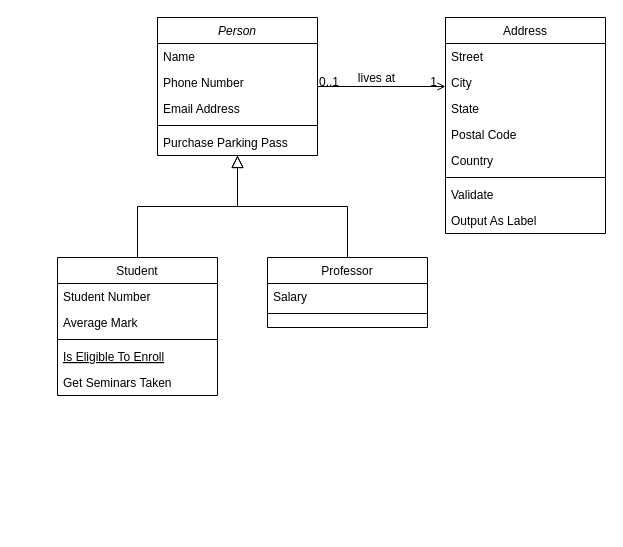
This is free_stuff.drawio from rrios07/free_stuff, a draw.io file, before an edit. Source tidied: cells renumbered, new cells numbered last; positions are measured from the earlier drawing's top-left corner, leaving out a move shared by most shapes. Both pictures are drawn from the tidied source at 100%, with x=0, y=0 at pixel (57, 17).
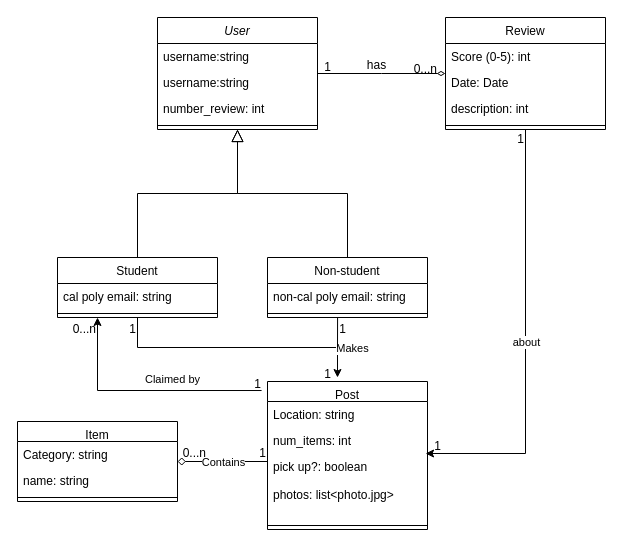
The same page after the edit.

The change refers to these unchanged cells:
```xml
<mxCell id="17" style="line;html=1;strokeWidth=1;align=left;verticalAlign=middle;spacingTop=-1;spacingLeft=3;spacingRight=3;labelPosition=right;points=[];portConstraint=eastwest;" parent="15" vertex="1">
  <mxGeometry y="52" width="160" height="8" as="geometry" />
</mxCell>
```

What changed in the source:
```diff
@@
-    <mxCell id="2" value="Person" style="swimlane;fontStyle=2;align=center;verticalAlign=top;horizontal=1;startSize=26;rounded=0;shadow=0;strokeWidth=1;" parent="1" vertex="1">
-      <mxGeometry x="100" width="160" height="138" as="geometry" />
+    <mxCell id="2" value="User" style="swimlane;fontStyle=2;align=center;verticalAlign=top;horizontal=1;startSize=26;rounded=0;shadow=0;strokeWidth=1;" parent="1" vertex="1">
+      <mxGeometry x="100" width="160" height="112" as="geometry" />
     </mxCell>
-    <mxCell id="3" value="Name" style="text;align=left;verticalAlign=top;spacingLeft=4;spacingRight=4;overflow=hidden;" parent="2" vertex="1">
+    <mxCell id="3" value="username:string" style="text;align=left;verticalAlign=top;spacingLeft=4;spacingRight=4;overflow=hidden;" parent="2" vertex="1">
       <mxGeometry y="26" width="160" height="26" as="geometry" />
     </mxCell>
-    <mxCell id="4" value="Phone Number" style="text;align=left;verticalAlign=top;spacingLeft=4;spacingRight=4;overflow=hidden;rounded=0;shadow=0;html=0;" parent="2" vertex="1">
-      <mxGeometry y="52" width="160" height="26" as="geometry" />
-    </mxCell>
+    <mxCell id="32" value="username:string" style="text;align=left;verticalAlign=top;spacingLeft=4;spacingRight=4;overflow=hidden;" parent="2" vertex="1">
+      <mxGeometry y="52" width="160" height="26" as="geometry" />
+    </mxCell>
-    <mxCell id="5" value="Email Address" style="text;align=left;verticalAlign=top;spacingLeft=4;spacingRight=4;overflow=hidden;rounded=0;shadow=0;html=0;" parent="2" vertex="1">
+    <mxCell id="5" value="number_review: int" style="text;align=left;verticalAlign=top;spacingLeft=4;spacingRight=4;overflow=hidden;rounded=0;shadow=0;html=0;" parent="2" vertex="1">
       <mxGeometry y="78" width="160" height="26" as="geometry" />
     </mxCell>
@@
-    <mxCell id="7" value="Purchase Parking Pass" style="text;align=left;verticalAlign=top;spacingLeft=4;spacingRight=4;overflow=hidden;" parent="2" vertex="1">
-      <mxGeometry y="112" width="160" height="26" as="geometry" />
-    </mxCell>
     <mxCell id="8" value="Student" style="swimlane;fontStyle=0;align=center;verticalAlign=top;horizontal=1;startSize=26;rounded=0;shadow=0;strokeWidth=1;" parent="1" vertex="1">
-      <mxGeometry y="240" width="160" height="138" as="geometry" />
+      <mxGeometry y="240" width="160" height="60" as="geometry" />
     </mxCell>
-    <mxCell id="9" value="Student Number" style="text;align=left;verticalAlign=top;spacingLeft=4;spacingRight=4;overflow=hidden;" parent="8" vertex="1">
+    <mxCell id="9" value="cal poly email: string" style="text;align=left;verticalAlign=top;spacingLeft=4;spacingRight=4;overflow=hidden;" parent="8" vertex="1">
       <mxGeometry y="26" width="160" height="26" as="geometry" />
     </mxCell>
-    <mxCell id="10" value="Average Mark" style="text;align=left;verticalAlign=top;spacingLeft=4;spacingRight=4;overflow=hidden;rounded=0;shadow=0;html=0;" parent="8" vertex="1">
-      <mxGeometry y="52" width="160" height="26" as="geometry" />
-    </mxCell>
     <mxCell id="11" style="line;html=1;strokeWidth=1;align=left;verticalAlign=middle;spacingTop=-1;spacingLeft=3;spacingRight=3;labelPosition=right;" parent="8" vertex="1">
-      <mxGeometry y="78" width="160" height="8" as="geometry" />
+      <mxGeometry y="52" width="160" height="8" as="geometry" />
     </mxCell>
-    <mxCell id="12" value="Is Eligible To Enroll" style="text;align=left;verticalAlign=top;spacingLeft=4;spacingRight=4;overflow=hidden;fontStyle=4;" parent="8" vertex="1">
-      <mxGeometry y="86" width="160" height="26" as="geometry" />
-    </mxCell>
-    <mxCell id="13" value="Get Seminars Taken" style="text;align=left;verticalAlign=top;spacingLeft=4;spacingRight=4;overflow=hidden;" parent="8" vertex="1">
-      <mxGeometry y="112" width="160" height="26" as="geometry" />
-    </mxCell>
@@
-    <mxCell id="15" value="Professor" style="swimlane;fontStyle=0;align=center;verticalAlign=top;horizontal=1;startSize=26;rounded=0;shadow=0;strokeWidth=1;" parent="1" vertex="1">
-      <mxGeometry x="210" y="240" width="160" height="70" as="geometry" />
+    <mxCell id="15" value="Non-student" style="swimlane;fontStyle=0;align=center;verticalAlign=top;horizontal=1;startSize=26;rounded=0;shadow=0;strokeWidth=1;" parent="1" vertex="1">
+      <mxGeometry x="210" y="240" width="160" height="60" as="geometry" />
     </mxCell>
-    <mxCell id="16" value="Salary" style="text;align=left;verticalAlign=top;spacingLeft=4;spacingRight=4;overflow=hidden;" parent="15" vertex="1">
+    <mxCell id="16" value="non-cal poly email: string" style="text;align=left;verticalAlign=top;spacingLeft=4;spacingRight=4;overflow=hidden;" parent="15" vertex="1">
       <mxGeometry y="26" width="160" height="26" as="geometry" />
     </mxCell>
@@
-    <mxCell id="19" value="Address" style="swimlane;fontStyle=0;align=center;verticalAlign=top;horizontal=1;startSize=26;rounded=0;shadow=0;strokeWidth=1;" parent="1" vertex="1">
-      <mxGeometry x="388" width="160" height="216" as="geometry" />
+    <mxCell id="19" value="Review" style="swimlane;fontStyle=0;align=center;verticalAlign=top;horizontal=1;startSize=26;rounded=0;shadow=0;strokeWidth=1;" parent="1" vertex="1">
+      <mxGeometry x="388" width="160" height="112" as="geometry" />
     </mxCell>
-    <mxCell id="20" value="Street" style="text;align=left;verticalAlign=top;spacingLeft=4;spacingRight=4;overflow=hidden;" parent="19" vertex="1">
+    <mxCell id="20" value="Score (0-5): int" style="text;align=left;verticalAlign=top;spacingLeft=4;spacingRight=4;overflow=hidden;" parent="19" vertex="1">
       <mxGeometry y="26" width="160" height="26" as="geometry" />
     </mxCell>
+    <mxCell id="23" value="Date: Date" style="text;align=left;verticalAlign=top;spacingLeft=4;spacingRight=4;overflow=hidden;rounded=0;shadow=0;html=0;" parent="19" vertex="1">
+      <mxGeometry y="52" width="160" height="26" as="geometry" />
+    </mxCell>
-    <mxCell id="21" value="City" style="text;align=left;verticalAlign=top;spacingLeft=4;spacingRight=4;overflow=hidden;rounded=0;shadow=0;html=0;" parent="19" vertex="1">
-      <mxGeometry y="52" width="160" height="26" as="geometry" />
+    <mxCell id="21" value="description: int" style="text;align=left;verticalAlign=top;spacingLeft=4;spacingRight=4;overflow=hidden;rounded=0;shadow=0;html=0;" parent="19" vertex="1">
+      <mxGeometry y="78" width="160" height="26" as="geometry" />
     </mxCell>
-    <mxCell id="22" value="State" style="text;align=left;verticalAlign=top;spacingLeft=4;spacingRight=4;overflow=hidden;rounded=0;shadow=0;html=0;" parent="19" vertex="1">
-      <mxGeometry y="78" width="160" height="26" as="geometry" />
-    </mxCell>
-    <mxCell id="23" value="Postal Code" style="text;align=left;verticalAlign=top;spacingLeft=4;spacingRight=4;overflow=hidden;rounded=0;shadow=0;html=0;" parent="19" vertex="1">
-      <mxGeometry y="104" width="160" height="26" as="geometry" />
-    </mxCell>
-    <mxCell id="24" value="Country" style="text;align=left;verticalAlign=top;spacingLeft=4;spacingRight=4;overflow=hidden;rounded=0;shadow=0;html=0;" parent="19" vertex="1">
-      <mxGeometry y="130" width="160" height="26" as="geometry" />
-    </mxCell>
     <mxCell id="25" style="line;html=1;strokeWidth=1;align=left;verticalAlign=middle;spacingTop=-1;spacingLeft=3;spacingRight=3;labelPosition=right;" parent="19" vertex="1">
-      <mxGeometry y="156" width="160" height="8" as="geometry" />
+      <mxGeometry y="104" width="160" height="8" as="geometry" />
     </mxCell>
-    <mxCell id="26" value="Validate" style="text;align=left;verticalAlign=top;spacingLeft=4;spacingRight=4;overflow=hidden;" parent="19" vertex="1">
-      <mxGeometry y="164" width="160" height="26" as="geometry" />
-    </mxCell>
-    <mxCell id="27" value="Output As Label" style="text;align=left;verticalAlign=top;spacingLeft=4;spacingRight=4;overflow=hidden;" parent="19" vertex="1">
-      <mxGeometry y="190" width="160" height="26" as="geometry" />
-    </mxCell>
-    <mxCell id="28" style="endArrow=open;shadow=0;strokeWidth=1;rounded=0;endFill=1;edgeStyle=elbowEdgeStyle;elbow=vertical;" parent="1" edge="1" source="2" target="19">
+    <mxCell id="28" style="endArrow=diamondThin;shadow=0;strokeWidth=1;rounded=0;endFill=0;edgeStyle=elbowEdgeStyle;elbow=vertical;" parent="1" edge="1" source="2" target="19">
       <mxGeometry x="0.5" y="41" relative="1" as="geometry">
         <mxPoint x="-40" y="32" as="offset" />
       </mxGeometry>
     </mxCell>
-    <mxCell id="29" value="0..1" style="align=left;verticalAlign=bottom;labelBackgroundColor=none;fontSize=12;" parent="28" vertex="1">
+    <mxCell id="29" style="align=left;verticalAlign=bottom;labelBackgroundColor=none;fontSize=12;" parent="28" vertex="1">
       <mxGeometry x="-1" relative="1" as="geometry">
         <mxPoint y="4" as="offset" />
       </mxGeometry>
     </mxCell>
-    <mxCell id="30" value="1" style="align=right;verticalAlign=bottom;labelBackgroundColor=none;fontSize=12;" parent="28" vertex="1">
+    <mxCell id="30" value="0...n" style="align=right;verticalAlign=bottom;labelBackgroundColor=none;fontSize=12;" parent="28" vertex="1">
       <mxGeometry x="1" relative="1" as="geometry">
         <mxPoint x="-7" y="4" as="offset" />
       </mxGeometry>
     </mxCell>
-    <mxCell id="31" value="lives at" style="text;html=1;align=center;verticalAlign=middle;labelBackgroundColor=none;rounded=0;shadow=0;strokeWidth=1;fontSize=12;" parent="28" vertex="1">
+    <mxCell id="31" value="has" style="text;html=1;align=center;verticalAlign=middle;labelBackgroundColor=none;rounded=0;shadow=0;strokeWidth=1;fontSize=12;" parent="28" vertex="1">
       <mxGeometry x="0.5" y="49" relative="1" as="geometry">
         <mxPoint x="-38" y="40" as="offset" />
       </mxGeometry>
     </mxCell>
+    <mxCell id="33" value="Post" style="swimlane;fontStyle=0;align=center;verticalAlign=top;horizontal=1;startSize=20;rounded=0;shadow=0;strokeWidth=1;" parent="1" vertex="1">
+      <mxGeometry x="210" y="364" width="160" height="148" as="geometry" />
+    </mxCell>
+    <mxCell id="34" value="Location: string" style="text;align=left;verticalAlign=top;spacingLeft=4;spacingRight=4;overflow=hidden;" parent="33" vertex="1">
+      <mxGeometry y="20" width="160" height="26" as="geometry" />
+    </mxCell>
+    <mxCell id="35" value="num_items: int" style="text;align=left;verticalAlign=top;spacingLeft=4;spacingRight=4;overflow=hidden;points=[[0,0.5],[1,0.5]];portConstraint=eastwest;rounded=0;shadow=0;html=0;" parent="33" vertex="1">
+      <mxGeometry y="46" width="160" height="26" as="geometry" />
+    </mxCell>
+    <mxCell id="36" value="pick up?: boolean&#10;&#10;photos: list&lt;photo.jpg&gt;" style="text;align=left;verticalAlign=top;spacingLeft=4;spacingRight=4;overflow=hidden;rounded=0;shadow=0;html=0;" parent="33" vertex="1">
+      <mxGeometry y="72" width="160" height="68" as="geometry" />
+    </mxCell>
+    <mxCell id="37" style="line;html=1;strokeWidth=1;align=left;verticalAlign=middle;spacingTop=-1;spacingLeft=3;spacingRight=3;labelPosition=right;" parent="33" vertex="1">
+      <mxGeometry y="140" width="160" height="8" as="geometry" />
+    </mxCell>
+    <mxCell id="38" style="endArrow=diamond;html=1;rounded=0;endFill=0;" parent="1" edge="1">
+      <mxGeometry relative="1" as="geometry">
+        <mxPoint x="210" y="444" as="sourcePoint" />
+        <mxPoint x="120" y="444" as="targetPoint" />
+      </mxGeometry>
+    </mxCell>
+    <mxCell id="39" value="Contains" style="edgeLabel;html=1;align=center;verticalAlign=middle;" parent="38" vertex="1">
+      <mxGeometry relative="1" as="geometry" />
+    </mxCell>
+    <mxCell id="40" style="endArrow=classic;html=1;rounded=0;entryX=0.988;entryY=1;entryDx=0;entryDy=0;entryPerimeter=0;" parent="1" edge="1" source="19" target="35">
+      <mxGeometry relative="1" as="geometry">
+        <Array as="points">
+          <mxPoint x="468" y="436" />
+        </Array>
+      </mxGeometry>
+    </mxCell>
+    <mxCell id="41" value="about" style="edgeLabel;html=1;align=center;verticalAlign=middle;" parent="40" vertex="1">
+      <mxGeometry relative="1" as="geometry" />
+    </mxCell>
+    <mxCell id="42" value="Item" style="swimlane;fontStyle=0;align=center;verticalAlign=top;horizontal=1;startSize=20;rounded=0;shadow=0;strokeWidth=1;" parent="1" vertex="1">
+      <mxGeometry x="-40" y="404" width="160" height="80" as="geometry" />
+    </mxCell>
+    <mxCell id="43" value="Category: string" style="text;align=left;verticalAlign=top;spacingLeft=4;spacingRight=4;overflow=hidden;" parent="42" vertex="1">
+      <mxGeometry y="20" width="160" height="26" as="geometry" />
+    </mxCell>
+    <mxCell id="44" value="name: string" style="text;align=left;verticalAlign=top;spacingLeft=4;spacingRight=4;overflow=hidden;rounded=0;shadow=0;html=0;" parent="42" vertex="1">
+      <mxGeometry y="46" width="160" height="26" as="geometry" />
+    </mxCell>
+    <mxCell id="45" style="line;html=1;strokeWidth=1;align=left;verticalAlign=middle;spacingTop=-1;spacingLeft=3;spacingRight=3;labelPosition=right;" parent="42" vertex="1">
+      <mxGeometry y="72" width="160" height="8" as="geometry" />
+    </mxCell>
+    <mxCell id="46" value="0...n" style="align=right;verticalAlign=bottom;labelBackgroundColor=none;fontSize=12;" parent="1" vertex="1">
+      <mxGeometry x="150" y="444" as="geometry" />
+    </mxCell>
+    <mxCell id="47" value="1" style="align=right;verticalAlign=bottom;labelBackgroundColor=none;fontSize=12;" parent="1" vertex="1">
+      <mxGeometry x="210" y="444" as="geometry" />
+    </mxCell>
+    <mxCell id="48" value="1" style="align=right;verticalAlign=bottom;labelBackgroundColor=none;fontSize=12;" parent="1" vertex="1">
+      <mxGeometry x="270" y="56" as="geometry">
+        <mxPoint x="5" y="2" as="offset" />
+      </mxGeometry>
+    </mxCell>
+    <mxCell id="49" style="endArrow=classic;html=1;rounded=0;endFill=1;" parent="1" edge="1" source="8">
+      <mxGeometry relative="1" as="geometry">
+        <mxPoint x="280" y="360" as="targetPoint" />
+        <Array as="points">
+          <mxPoint x="80" y="330" />
+          <mxPoint x="280" y="330" />
+        </Array>
+      </mxGeometry>
+    </mxCell>
+    <mxCell id="50" value="Makes" style="edgeLabel;html=1;align=center;verticalAlign=middle;" parent="49" vertex="1">
+      <mxGeometry relative="1" as="geometry">
+        <mxPoint x="114" as="offset" />
+      </mxGeometry>
+    </mxCell>
+    <mxCell id="51" value="1" style="align=right;verticalAlign=bottom;labelBackgroundColor=none;fontSize=12;" parent="1" vertex="1">
+      <mxGeometry x="80" y="320" as="geometry" />
+    </mxCell>
+    <mxCell id="52" value="1" style="align=right;verticalAlign=bottom;labelBackgroundColor=none;fontSize=12;" parent="1" vertex="1">
+      <mxGeometry x="280" y="364" as="geometry">
+        <mxPoint x="-5" y="1" as="offset" />
+      </mxGeometry>
+    </mxCell>
+    <mxCell id="53" style="endArrow=none;html=1;rounded=0;entryX=0.438;entryY=1;entryDx=0;entryDy=0;entryPerimeter=0;" parent="1" edge="1" target="17">
+      <mxGeometry relative="1" as="geometry">
+        <mxPoint x="280" y="330" as="sourcePoint" />
+      </mxGeometry>
+    </mxCell>
+    <mxCell id="54" value="1" style="align=right;verticalAlign=bottom;labelBackgroundColor=none;fontSize=12;" parent="1" vertex="1">
+      <mxGeometry x="290" y="320" as="geometry" />
+    </mxCell>
+    <mxCell id="55" style="endArrow=classic;html=1;rounded=0;exitX=-0.037;exitY=0.061;exitDx=0;exitDy=0;exitPerimeter=0;" parent="1" edge="1" source="33">
+      <mxGeometry relative="1" as="geometry">
+        <mxPoint x="40" y="300" as="targetPoint" />
+        <Array as="points">
+          <mxPoint x="40" y="373" />
+        </Array>
+      </mxGeometry>
+    </mxCell>
+    <mxCell id="56" value="Claimed by" style="edgeLabel;html=1;align=center;verticalAlign=middle;" parent="1" vertex="1">
+      <mxGeometry x="120" y="360" as="geometry">
+        <mxPoint x="-6" y="1" as="offset" />
+      </mxGeometry>
+    </mxCell>
+    <mxCell id="57" value="1" style="align=right;verticalAlign=bottom;labelBackgroundColor=none;fontSize=12;" parent="1" vertex="1">
+      <mxGeometry x="210" y="374" as="geometry">
+        <mxPoint x="-5" y="1" as="offset" />
+      </mxGeometry>
+    </mxCell>
+    <mxCell id="58" value="0...n" style="align=right;verticalAlign=bottom;labelBackgroundColor=none;fontSize=12;" parent="1" vertex="1">
+      <mxGeometry x="40" y="320" as="geometry" />
+    </mxCell>
+    <mxCell id="59" value="1" style="align=right;verticalAlign=bottom;labelBackgroundColor=none;fontSize=12;" parent="1" vertex="1">
+      <mxGeometry x="468" y="130" as="geometry" />
+    </mxCell>
+    <mxCell id="60" value="1" style="align=right;verticalAlign=bottom;labelBackgroundColor=none;fontSize=12;" parent="1" vertex="1">
+      <mxGeometry x="310" y="340" as="geometry">
+        <mxPoint x="75" y="97" as="offset" />
+      </mxGeometry>
+    </mxCell>
```
